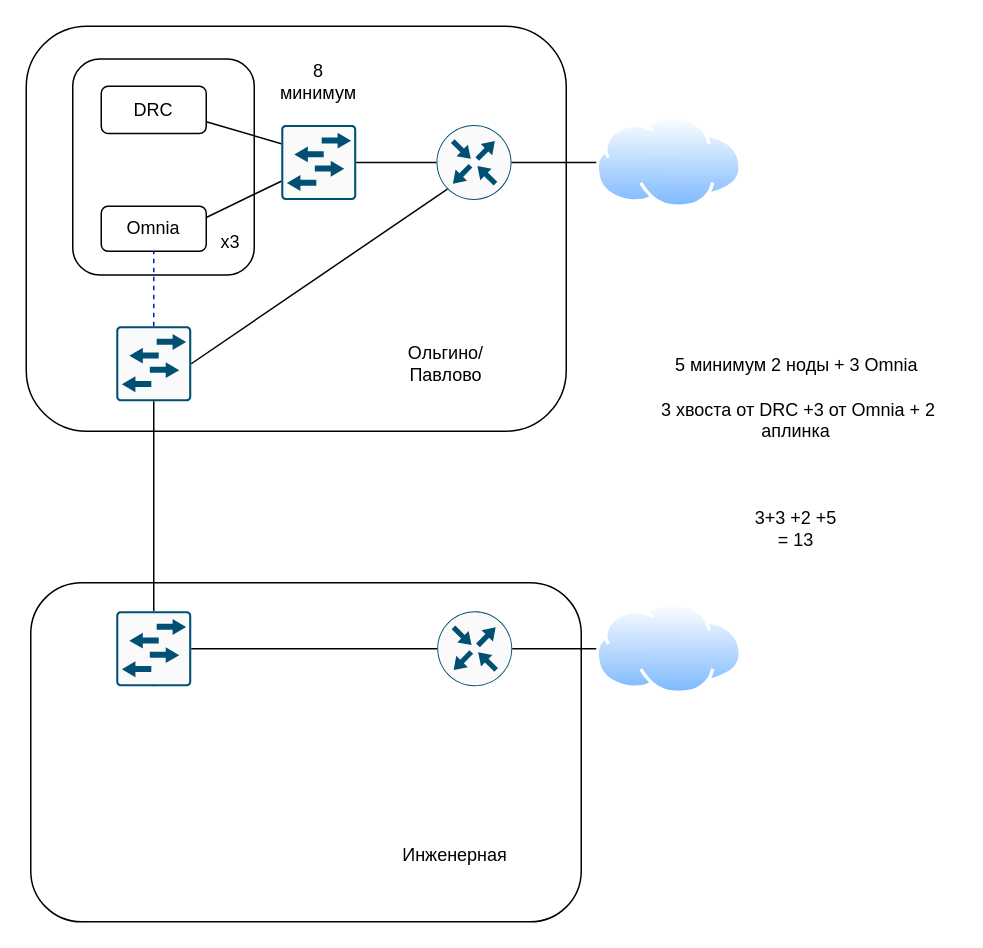
This is page "Страница — 1" (1 of 2) of Питер.drawio from lovtsovk/RMG_SCHEMES, a draw.io file, before an edit. Source tidied: cells renumbered, new cells numbered last; positions are measured from the earlier drawing's top-left corner, leaving out a move shared by most shapes. Both pictures are drawn from the tidied source at 150%, with x=0, y=0 at pixel (26, 26).
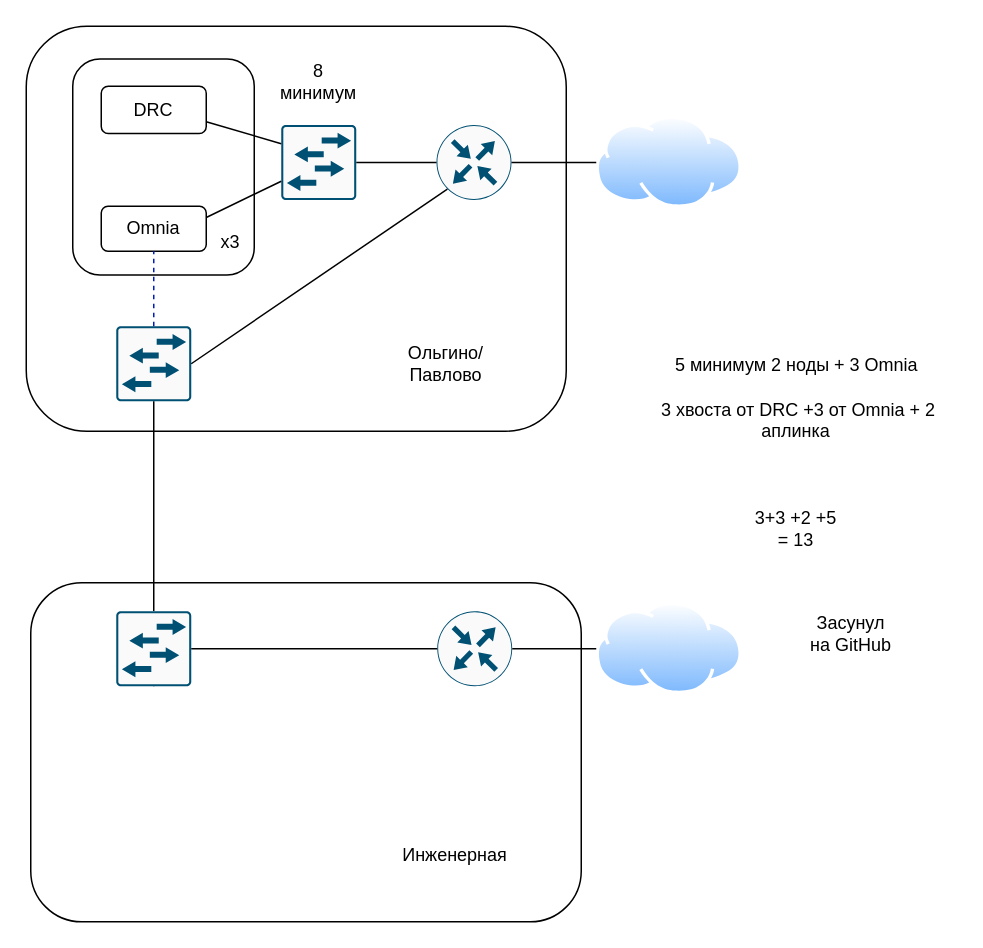
After the change.

Commit message:
Проверка работы

What changed in the source:
```diff
@@
+    <mxCell id="31" value="Засунул на GitHub" style="text;html=1;align=center;verticalAlign=middle;whiteSpace=wrap;rounded=0;" parent="1" vertex="1">
+      <mxGeometry x="520" y="390" width="60" height="30" as="geometry" />
+    </mxCell>
```
